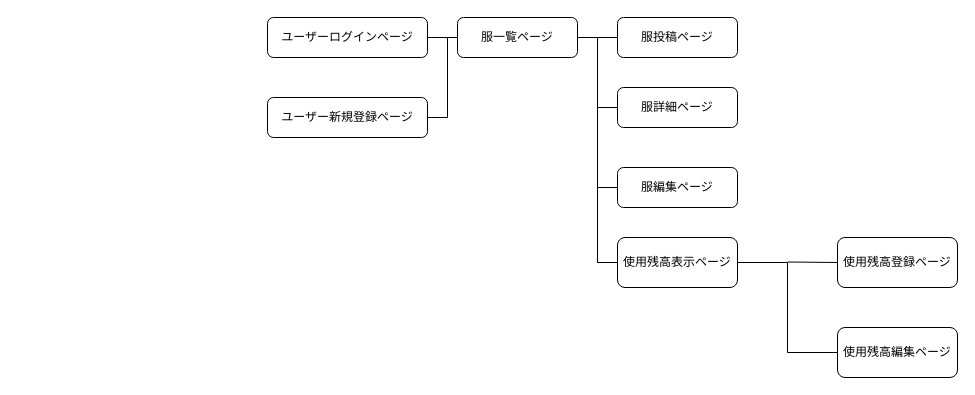
Above: transition.dio in pgyuto/fashion-app (draw.io), before the change. Source tidied: cells renumbered, new cells numbered last; positions are measured from the earlier drawing's top-left corner, leaving out a move shared by most shapes. Both pictures are drawn from the tidied source at 100%, with x=0, y=0 at pixel (267, 17).
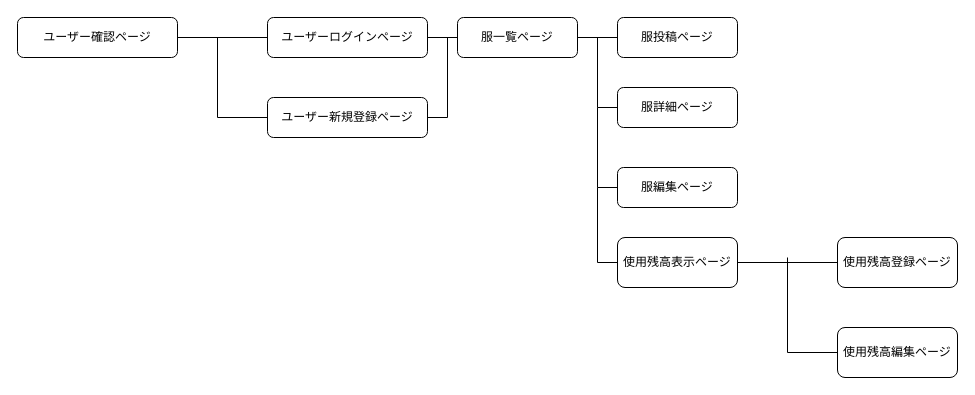
Above is the later version.

Commit message:
画面遷移図編集

Unchanged cells that the change refers to:
```xml
<mxCell id="3" value="ユーザーログインページ" style="rounded=1;whiteSpace=wrap;html=1;" parent="1" vertex="1">
  <mxGeometry width="160" height="40" as="geometry" />
</mxCell>
<mxCell id="5" value="ユーザー新規登録ページ" style="rounded=1;whiteSpace=wrap;html=1;" parent="1" vertex="1">
  <mxGeometry y="80" width="160" height="40" as="geometry" />
</mxCell>
<mxCell id="15" value="使用残高表示ページ" style="rounded=1;whiteSpace=wrap;html=1;" parent="1" vertex="1">
  <mxGeometry x="350" y="220" width="120" height="50" as="geometry" />
</mxCell>
<mxCell id="17" value="使用残高登録ページ" style="rounded=1;whiteSpace=wrap;html=1;" parent="1" vertex="1">
  <mxGeometry x="570" y="220" width="120" height="50" as="geometry" />
</mxCell>
<mxCell id="18" value="使用残高編集ページ" style="rounded=1;whiteSpace=wrap;html=1;" parent="1" vertex="1">
  <mxGeometry x="570" y="310" width="120" height="50" as="geometry" />
</mxCell>
```

The edit, as a diff of the source:
```diff
@@
+    <mxCell id="19" style="edgeStyle=none;rounded=0;html=1;exitX=0;exitY=0.5;exitDx=0;exitDy=0;endArrow=none;endFill=0;" parent="1" edge="1" source="5">
+      <mxGeometry relative="1" as="geometry">
+        <mxPoint x="-50" y="20" as="targetPoint" />
+        <Array as="points">
+          <mxPoint x="-50" y="100" />
+        </Array>
+      </mxGeometry>
+    </mxCell>
@@
-    <mxCell id="14" style="edgeStyle=none;rounded=0;html=1;exitX=1;exitY=0.5;exitDx=0;exitDy=0;entryX=0;entryY=0.5;entryDx=0;entryDy=0;endArrow=none;endFill=0;" parent="1" edge="1" source="15" target="18">
-      <mxGeometry relative="1" as="geometry">
-        <Array as="points">
-          <mxPoint x="520" y="245" />
-          <mxPoint x="520" y="335" />
-        </Array>
-      </mxGeometry>
-    </mxCell>
+    <mxCell id="20" style="edgeStyle=none;rounded=0;html=1;exitX=1;exitY=0.5;exitDx=0;exitDy=0;entryX=0;entryY=0.5;entryDx=0;entryDy=0;endArrow=none;endFill=0;" parent="1" edge="1" source="15" target="17">
+      <mxGeometry relative="1" as="geometry" />
+    </mxCell>
@@
-    <mxCell id="16" style="edgeStyle=none;rounded=0;html=1;exitX=0;exitY=0.5;exitDx=0;exitDy=0;endArrow=none;endFill=0;" parent="1" edge="1" source="17">
-      <mxGeometry relative="1" as="geometry">
-        <mxPoint x="520" y="244.5" as="targetPoint" />
-      </mxGeometry>
-    </mxCell>
@@
+    <mxCell id="21" style="edgeStyle=none;rounded=0;html=1;exitX=0;exitY=0.5;exitDx=0;exitDy=0;endArrow=none;endFill=0;" parent="1" edge="1" source="18">
+      <mxGeometry relative="1" as="geometry">
+        <mxPoint x="520" y="240" as="targetPoint" />
+        <Array as="points">
+          <mxPoint x="520" y="335" />
+        </Array>
+      </mxGeometry>
+    </mxCell>
@@
+    <mxCell id="22" style="edgeStyle=none;rounded=0;html=1;exitX=1;exitY=0.5;exitDx=0;exitDy=0;entryX=0;entryY=0.5;entryDx=0;entryDy=0;endArrow=none;endFill=0;" parent="1" edge="1" source="23" target="3">
+      <mxGeometry relative="1" as="geometry" />
+    </mxCell>
+    <mxCell id="23" value="ユーザー確認ページ" style="rounded=1;whiteSpace=wrap;html=1;" parent="1" vertex="1">
+      <mxGeometry x="-250" width="160" height="40" as="geometry" />
+    </mxCell>
```
